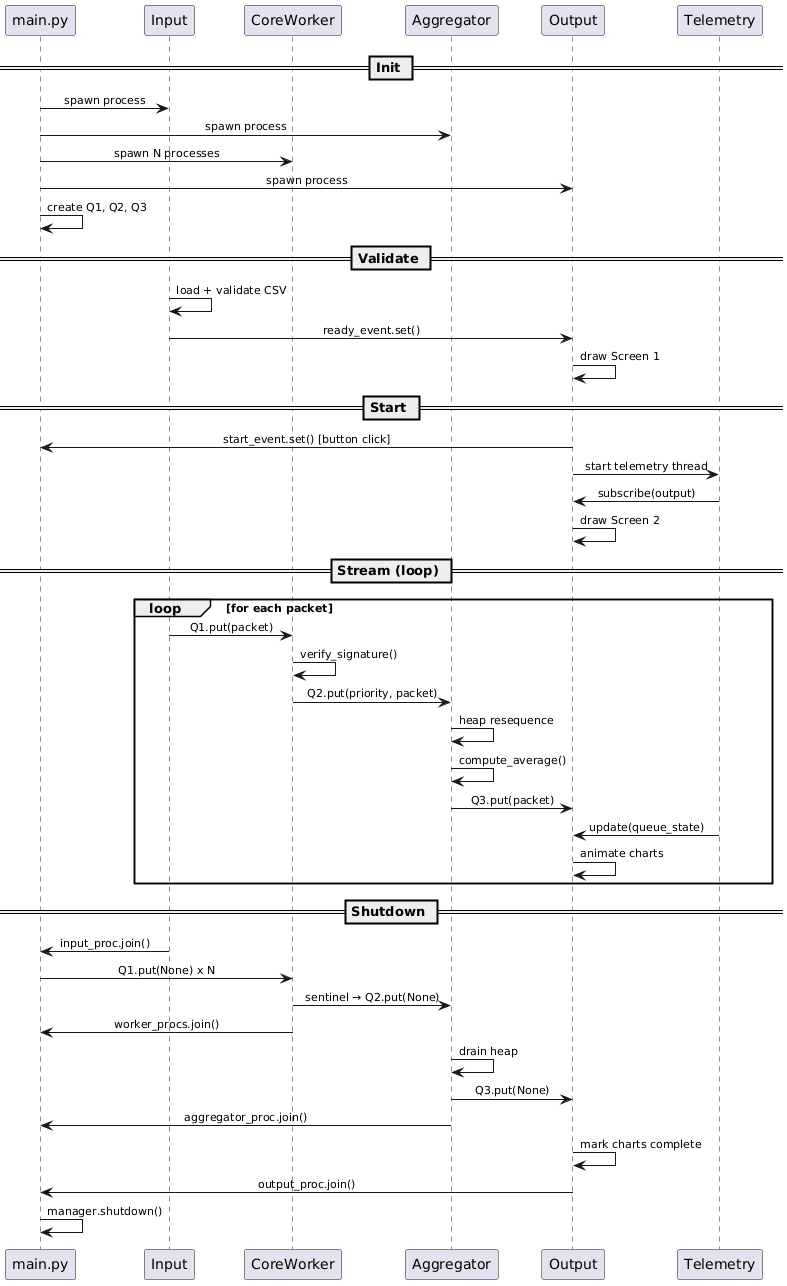
Above: Architecture/SequenceDiagram.png in saoodktareen/SDA-Project-Phase-3 (PlantUML), before the change.
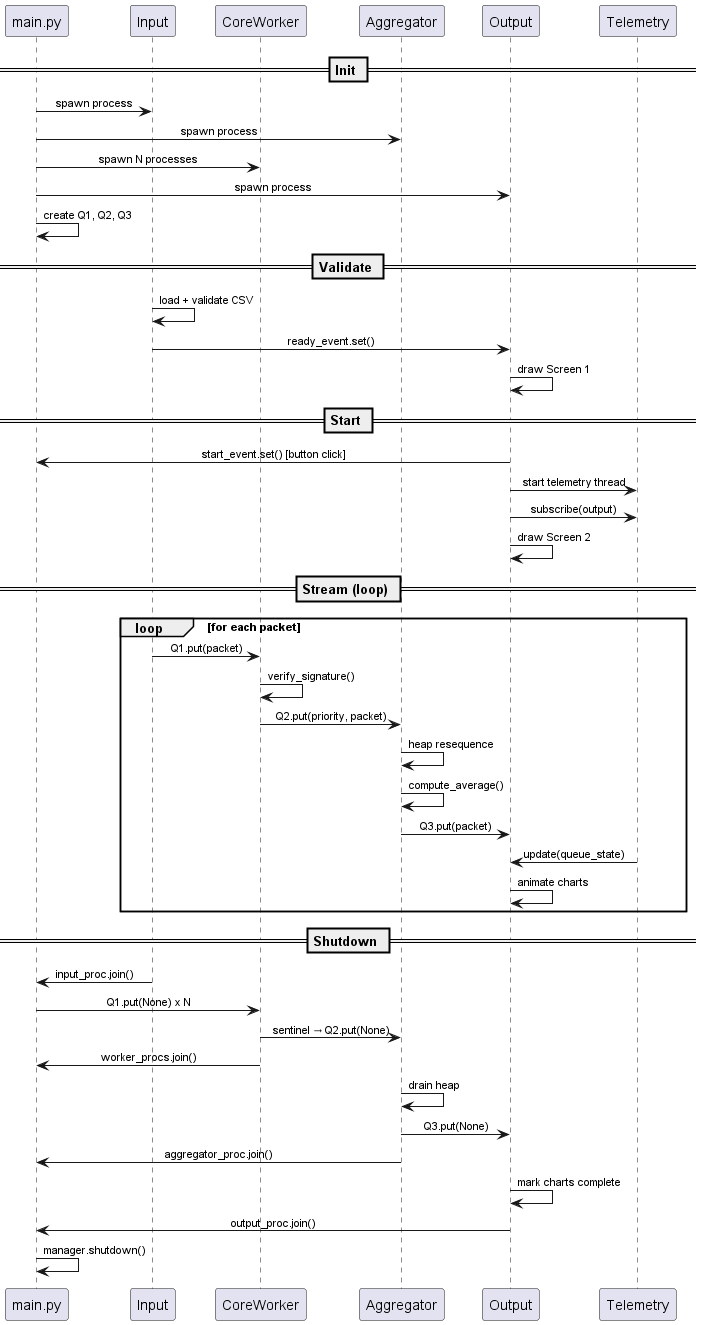
Later version of the same file.

Commit message:
Sequence Diagram Image

The edit, as a diff of the source:
```diff
@@ -1,4 +1,5 @@
 @startuml
+
 skinparam sequenceMessageAlign center
 skinparam sequenceFontSize 12
 skinparam sequenceArrowFontSize 11
@@ -25,7 +26,7 @@
 == Start ==
 Output -> Main : start_event.set() [button click]
 Output -> Tel  : start telemetry thread
-Tel -> Output  : subscribe(output)
+Output -> Tel  : subscribe(output)
 Output -> Output : draw Screen 2
 
 == Stream (loop) ==
@@ -51,4 +52,5 @@
 Output -> Output : mark charts complete
 Output -> Main  : output_proc.join()
 Main   -> Main  : manager.shutdown()
+
 @enduml
```
